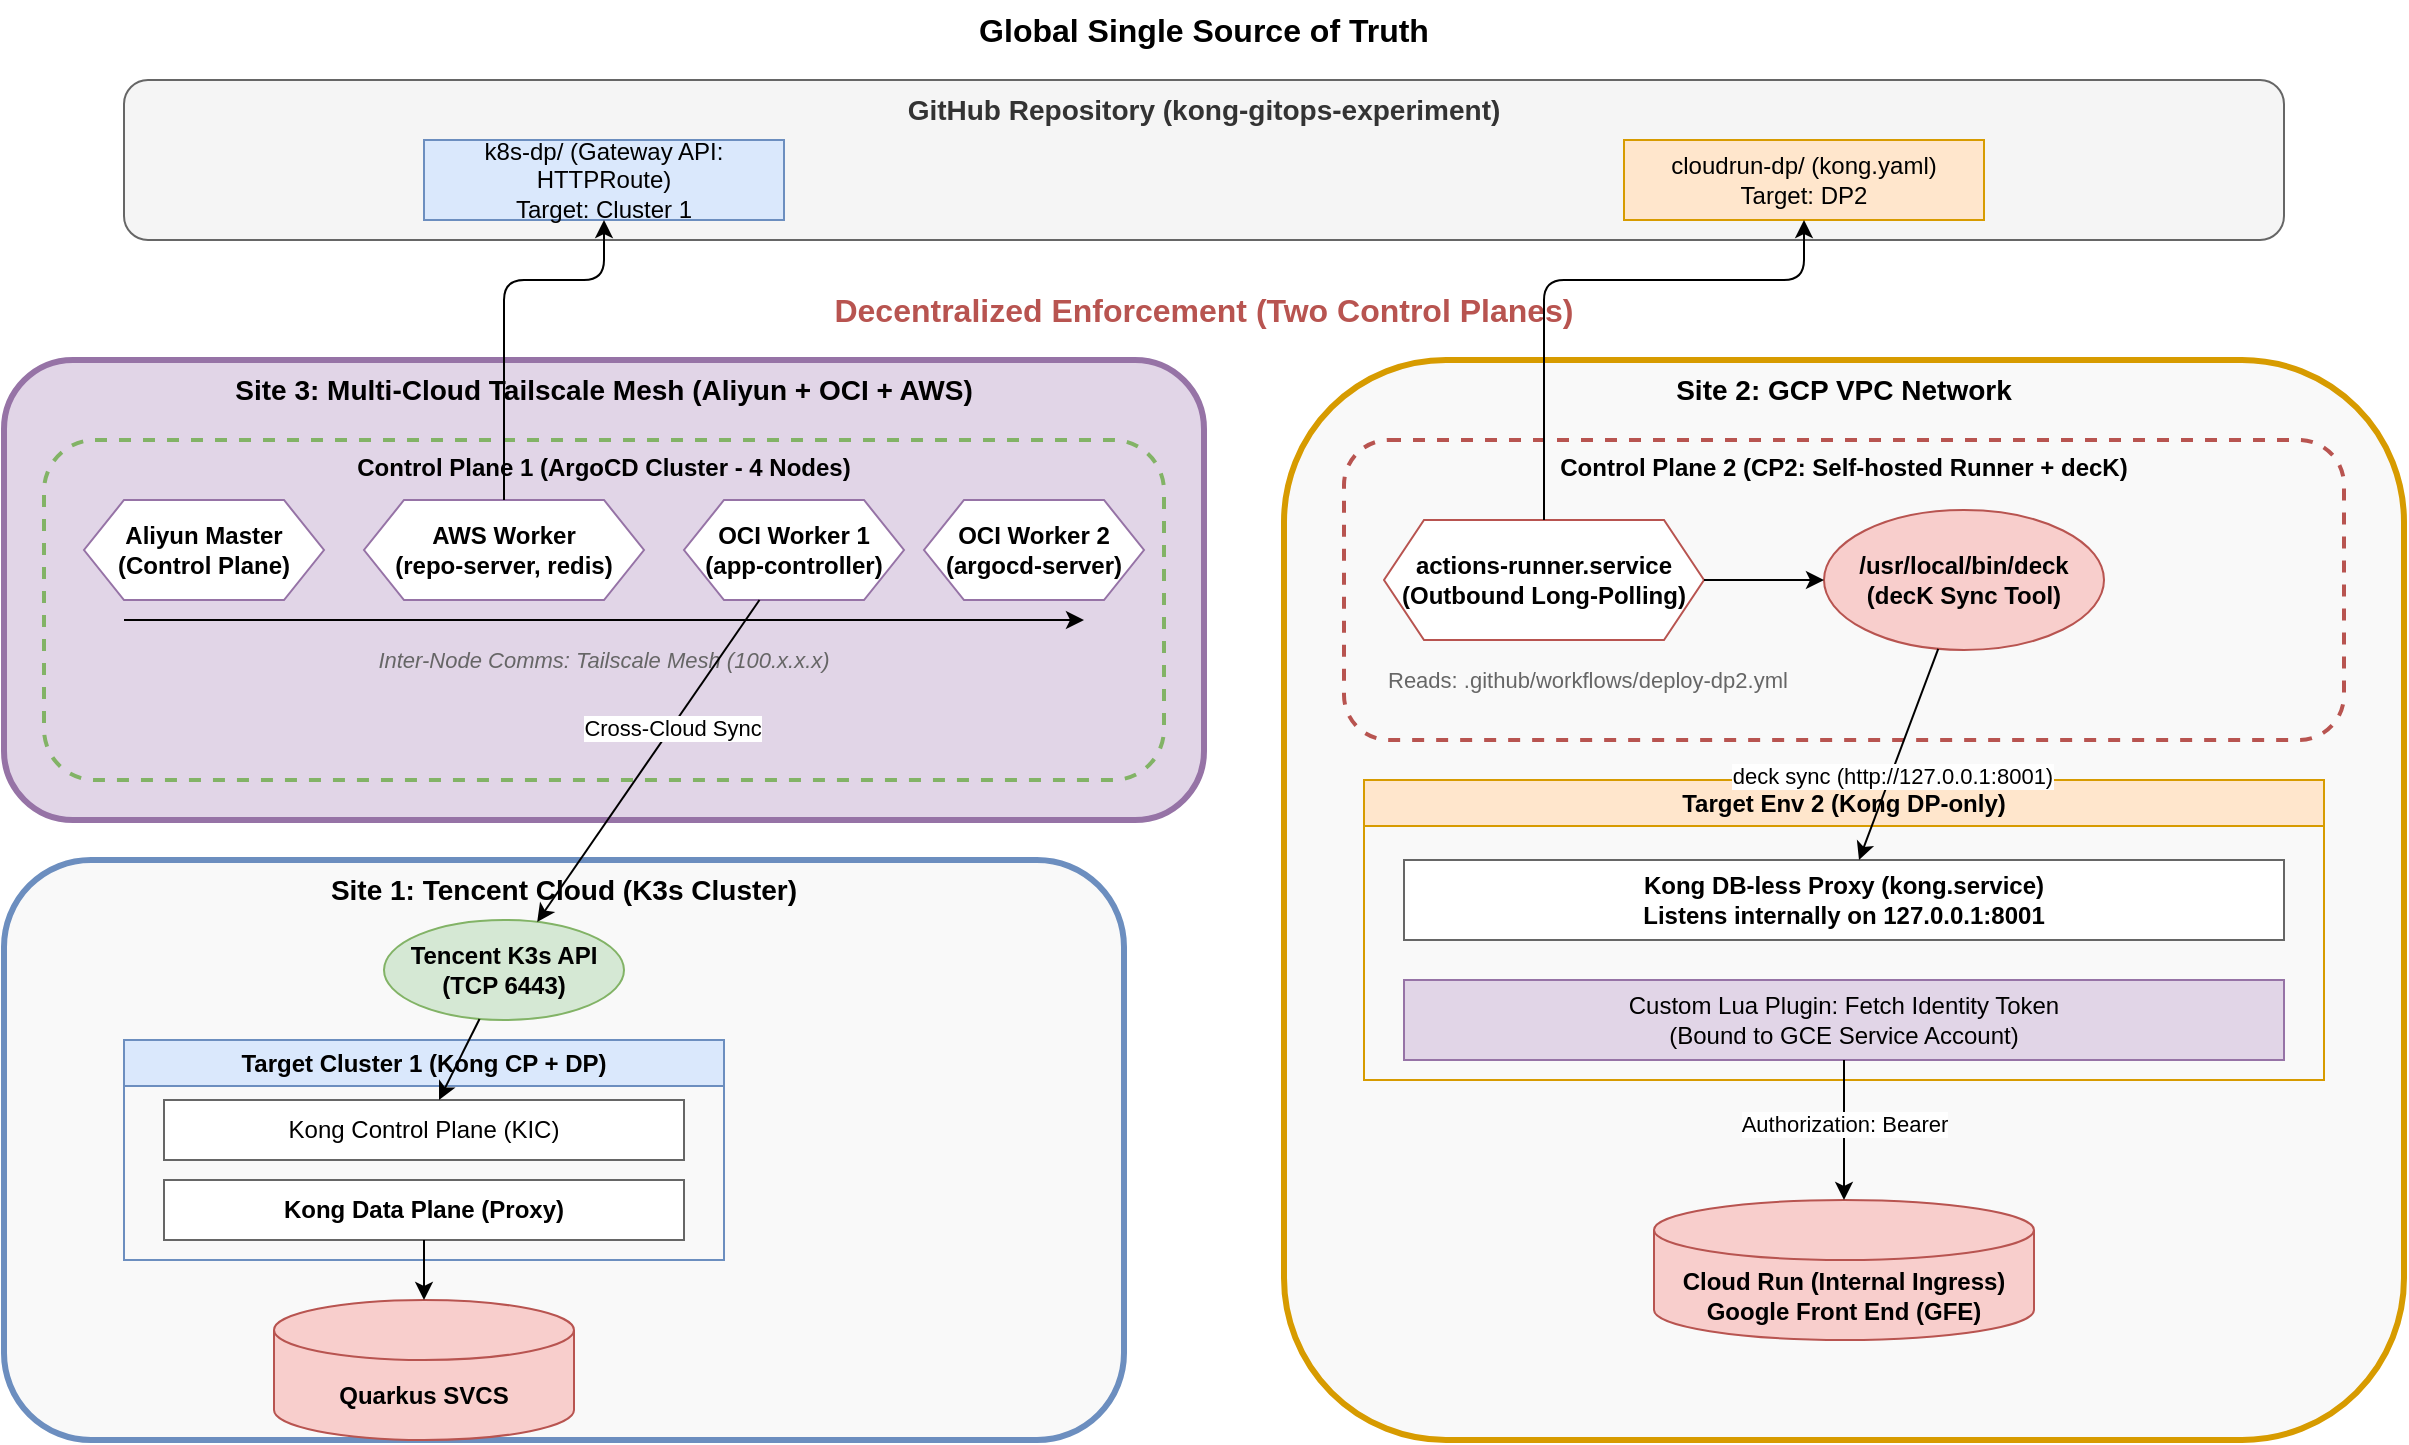
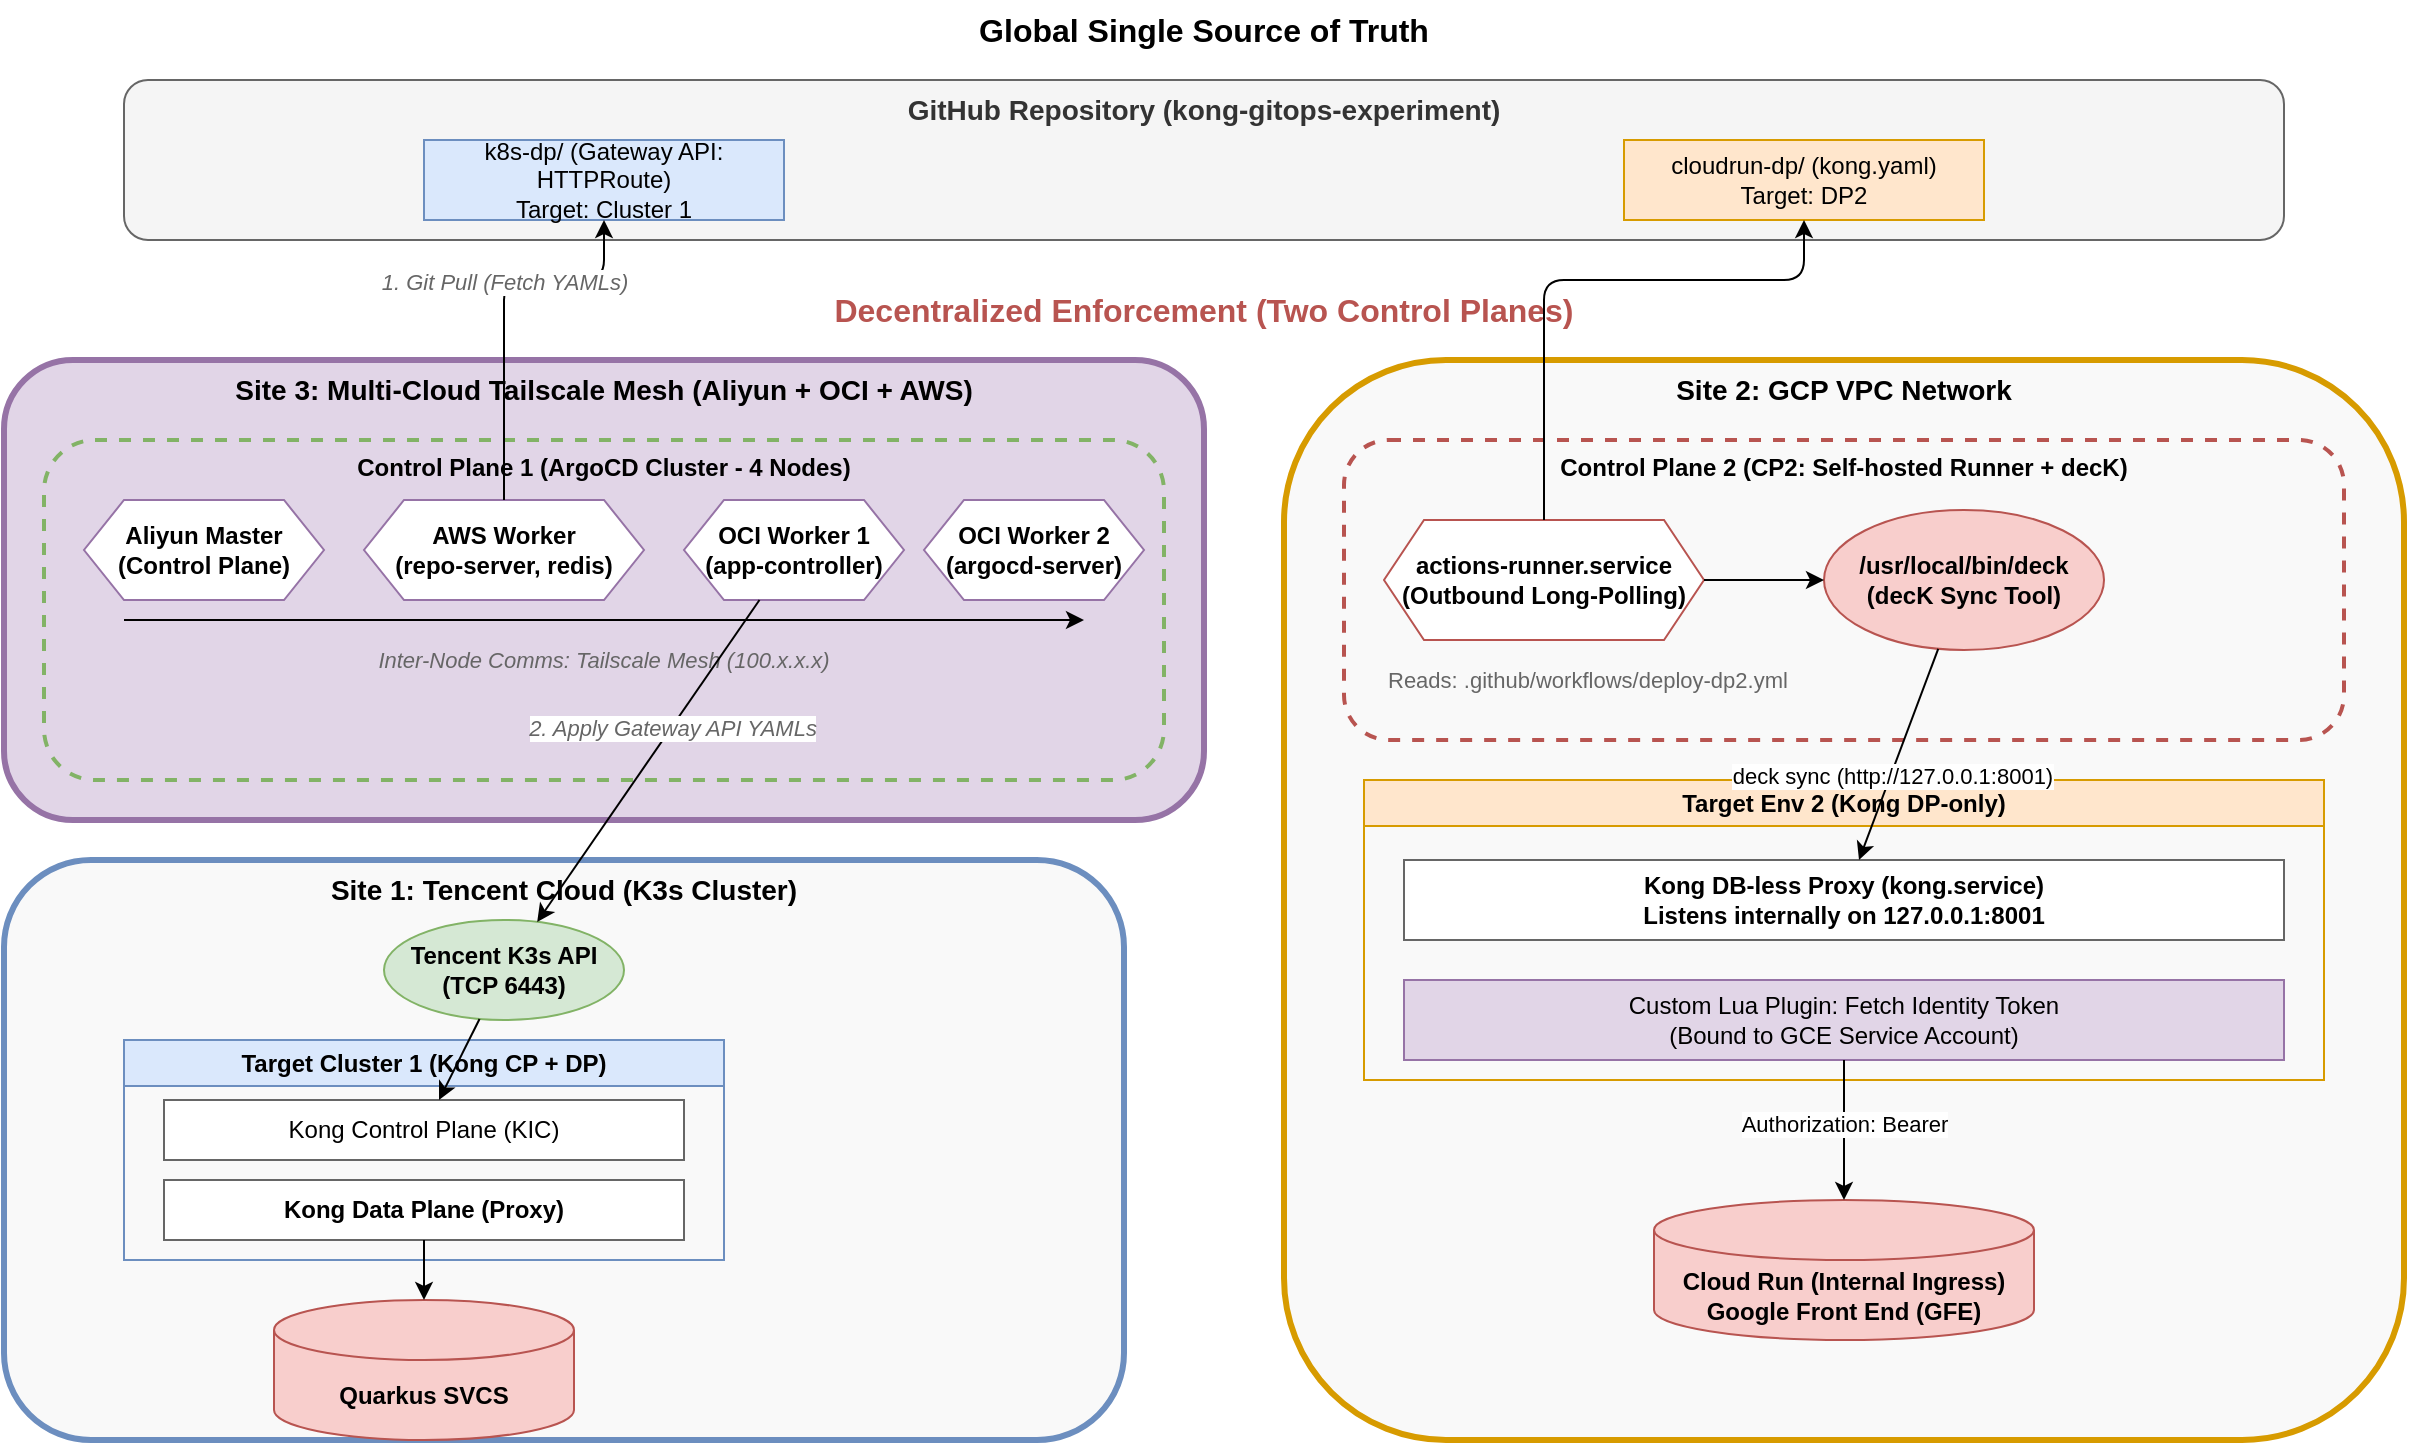
<mxfile host="Electron" modified="2026-06-06T14:45:00.000Z" agent="Mozilla/5.0" version="22.1.2" type="device">
  <diagram id="kong-gitops-cp-details" name="Architecture">
    <mxGraphModel dx="1434" dy="844" grid="1" gridSize="10" guides="1" tooltips="1" connect="1" arrows="1" fold="1" page="1" pageScale="1" pageWidth="1300" pageHeight="900" math="0" shadow="0">
      <root>
        <mxCell id="0" />
        <mxCell id="1" parent="0" />

        <!-- Global Truth -->
        <mxCell id="global_truth" value="Global Single Source of Truth" style="text;html=1;strokeColor=none;fillColor=none;align=center;verticalAlign=middle;whiteSpace=wrap;rounded=0;fontStyle=1;fontSize=16;" vertex="1" parent="1">
          <mxGeometry x="500" y="10" width="280" height="30" as="geometry" />
        </mxCell>

        <!-- GitHub Repo Box -->
        <mxCell id="github_repo" value="GitHub Repository (kong-gitops-experiment)" style="rounded=1;whiteSpace=wrap;html=1;fillColor=#f5f5f5;fontStyle=1;strokeColor=#666666;fontColor=#333333;verticalAlign=top;fontSize=14;" vertex="1" parent="1">
          <mxGeometry x="100" y="50" width="1080" height="80" as="geometry" />
        </mxCell>

        <mxCell id="github_k8s_code" value="k8s-dp/ (Gateway API: HTTPRoute)&#10;Target: Cluster 1" style="rounded=0;whiteSpace=wrap;html=1;fillColor=#dae8fc;strokeColor=#6c8ebf;" vertex="1" parent="1">
          <mxGeometry x="250" y="80" width="180" height="40" as="geometry" />
        </mxCell>

        <mxCell id="github_cr_code" value="cloudrun-dp/ (kong.yaml)&#10;Target: DP2" style="rounded=0;whiteSpace=wrap;html=1;fillColor=#ffe6cc;strokeColor=#d79b00;" vertex="1" parent="1">
          <mxGeometry x="850" y="80" width="180" height="40" as="geometry" />
        </mxCell>

        <!-- Decentralized Control Planes Header -->
        <mxCell id="decentralized_label" value="Decentralized Enforcement (Two Control Planes)" style="text;html=1;strokeColor=none;fillColor=none;align=center;verticalAlign=middle;whiteSpace=wrap;rounded=0;fontStyle=1;fontSize=16;fontColor=#b85450;" vertex="1" parent="1">
          <mxGeometry x="450" y="150" width="380" height="30" as="geometry" />
        </mxCell>

        <!-- Site 3: OCI & Aliyun & AWS -->
        <mxCell id="oci_cloud" value="Site 3: Multi-Cloud Tailscale Mesh (Aliyun + OCI + AWS)" style="rounded=1;whiteSpace=wrap;html=1;fillColor=#e1d5e7;strokeColor=#9673a6;strokeWidth=3;verticalAlign=top;fontStyle=1;fontSize=14;" vertex="1" parent="1">
          <mxGeometry x="40" y="190" width="600" height="230" as="geometry" />
        </mxCell>

        <!-- Site 1: Tencent Cloud -->
        <mxCell id="lan_cluster" value="Site 1: Tencent Cloud (K3s Cluster)" style="rounded=1;whiteSpace=wrap;html=1;fillColor=#f9f9f9;strokeColor=#6c8ebf;strokeWidth=3;verticalAlign=top;fontStyle=1;fontSize=14;" vertex="1" parent="1">
          <mxGeometry x="40" y="440" width="560" height="290" as="geometry" />
        </mxCell>

        <!-- Site 2: GCP -->
        <mxCell id="gcp_vpc" value="Site 2: GCP VPC Network" style="rounded=1;whiteSpace=wrap;html=1;fillColor=#f9f9f9;strokeColor=#d79b00;strokeWidth=3;verticalAlign=top;fontStyle=1;fontSize=14;" vertex="1" parent="1">
          <mxGeometry x="680" y="190" width="560" height="540" as="geometry" />
        </mxCell>

        <!-- CP1 Box (Cross-Cloud) -->
        <mxCell id="cp1_box" value="Control Plane 1 (ArgoCD Cluster - 4 Nodes)" style="rounded=1;whiteSpace=wrap;html=1;fillColor=none;strokeColor=#82b366;strokeWidth=2;dashed=1;verticalAlign=top;fontStyle=1;" vertex="1" parent="1">
          <mxGeometry x="60" y="230" width="560" height="170" as="geometry" />
        </mxCell>

        <mxCell id="cp1_aliyun" value="Aliyun Master&#10;(Control Plane)" style="shape=hexagon;perimeter=hexagonPerimeter2;whiteSpace=wrap;html=1;fixedSize=1;fillColor=#ffffff;strokeColor=#9673a6;fontStyle=1" vertex="1" parent="cp1_box">
          <mxGeometry x="20" y="30" width="120" height="50" as="geometry" />
        </mxCell>

        <mxCell id="cp1_aws" value="AWS Worker&#10;(repo-server, redis)" style="shape=hexagon;perimeter=hexagonPerimeter2;whiteSpace=wrap;html=1;fixedSize=1;fillColor=#ffffff;strokeColor=#9673a6;fontStyle=1" vertex="1" parent="cp1_box">
          <mxGeometry x="160" y="30" width="140" height="50" as="geometry" />
        </mxCell>

        <mxCell id="cp1_oci1" value="OCI Worker 1&#10;(app-controller)" style="shape=hexagon;perimeter=hexagonPerimeter2;whiteSpace=wrap;html=1;fixedSize=1;fillColor=#ffffff;strokeColor=#9673a6;fontStyle=1" vertex="1" parent="cp1_box">
          <mxGeometry x="320" y="30" width="110" height="50" as="geometry" />
        </mxCell>

        <mxCell id="cp1_oci2" value="OCI Worker 2&#10;(argocd-server)" style="shape=hexagon;perimeter=hexagonPerimeter2;whiteSpace=wrap;html=1;fixedSize=1;fillColor=#ffffff;strokeColor=#9673a6;fontStyle=1" vertex="1" parent="cp1_box">
          <mxGeometry x="440" y="30" width="110" height="50" as="geometry" />
        </mxCell>

        <!-- Tailscale Mesh Network inside CP1 -->
        <mxCell id="cp1_tailscale_desc" value="Inter-Node Comms: Tailscale Mesh (100.x.x.x)" style="text;html=1;strokeColor=none;fillColor=none;align=center;verticalAlign=middle;whiteSpace=wrap;rounded=0;fontStyle=2;fontSize=11;fontColor=#666666;" vertex="1" parent="cp1_box">
          <mxGeometry x="130" y="100" width="300" height="20" as="geometry" />
        </mxCell>
        <mxCell id="cp1_tailscale_line" edge="1" parent="cp1_box">
          <mxGeometry width="50" height="50" relative="1" as="geometry">
            <mxPoint x="40" y="90" as="sourcePoint" />
            <mxPoint x="520" y="90" as="targetPoint" />
          </mxGeometry>
        </mxCell>

        <!-- K8s API in Tencent -->
        <mxCell id="tencent_api" value="Tencent K3s API&#10;(TCP 6443)" style="ellipse;whiteSpace=wrap;html=1;fillColor=#d5e8d4;strokeColor=#82b366;fontStyle=1" vertex="1" parent="1">
          <mxGeometry x="230" y="470" width="120" height="50" as="geometry" />
        </mxCell>

        <!-- ArgoCD Application Controller -> Tencent API -->
        <mxCell id="argo_to_tencent" edge="1" parent="1" source="cp1_oci1" target="tencent_api">
          <mxGeometry relative="1" as="geometry" />
        </mxCell>
-         <mxCell id="label_argo_sync" value="Cross-Cloud Sync" style="edgeLabel;html=1;align=center;verticalAlign=middle;resizable=0;points=[];" vertex="1" connectable="0" parent="argo_to_tencent">
+         <mxCell id="label_argo_sync" value="2. Apply Gateway API YAMLs" style="edgeLabel;html=1;align=center;verticalAlign=middle;resizable=0;points=[];fontColor=#666666;fontStyle=2;backgroundColor=#ffffff;" vertex="1" connectable="0" parent="argo_to_tencent">
          <mxGeometry x="-0.2" relative="1" as="geometry">
            <mxPoint as="offset" />
          </mxGeometry>
        </mxCell>

        <!-- DP1 (Tencent KIC) -->
        <mxCell id="dp1_box" value="Target Cluster 1 (Kong CP + DP)" style="swimlane;whiteSpace=wrap;html=1;fillColor=#dae8fc;strokeColor=#6c8ebf;fontStyle=1" vertex="1" parent="1">
          <mxGeometry x="100" y="530" width="300" height="110" as="geometry" />
        </mxCell>
        <mxCell id="kic1" value="Kong Control Plane (KIC)" style="rounded=0;whiteSpace=wrap;html=1;fillColor=#ffffff;strokeColor=#666666;" vertex="1" parent="dp1_box">
          <mxGeometry x="20" y="30" width="260" height="30" as="geometry" />
        </mxCell>
        <mxCell id="proxy1" value="Kong Data Plane (Proxy)" style="rounded=0;whiteSpace=wrap;html=1;fillColor=#ffffff;strokeColor=#666666;fontStyle=1" vertex="1" parent="dp1_box">
          <mxGeometry x="20" y="70" width="260" height="30" as="geometry" />
        </mxCell>

        <mxCell id="tencent_api_to_kic" edge="1" parent="1" source="tencent_api" target="kic1">
          <mxGeometry relative="1" as="geometry" />
        </mxCell>

        <!-- CP2 Box -->
        <mxCell id="cp2_box" value="Control Plane 2 (CP2: Self-hosted Runner + decK)" style="rounded=1;whiteSpace=wrap;html=1;fillColor=none;strokeColor=#b85450;strokeWidth=2;dashed=1;verticalAlign=top;fontStyle=1;" vertex="1" parent="1">
          <mxGeometry x="710" y="230" width="500" height="150" as="geometry" />
        </mxCell>
        <mxCell id="gh_actions_runner" value="actions-runner.service&#10;(Outbound Long-Polling)" style="shape=hexagon;perimeter=hexagonPerimeter2;whiteSpace=wrap;html=1;fixedSize=1;fillColor=#ffffff;strokeColor=#b85450;fontStyle=1" vertex="1" parent="cp2_box">
          <mxGeometry x="20" y="40" width="160" height="60" as="geometry" />
        </mxCell>
        <mxCell id="deck_tool" value="/usr/local/bin/deck&#10;(decK Sync Tool)" style="ellipse;whiteSpace=wrap;html=1;fillColor=#f8cecc;strokeColor=#b85450;fontStyle=1" vertex="1" parent="cp2_box">
          <mxGeometry x="240" y="35" width="140" height="70" as="geometry" />
        </mxCell>
        <mxCell id="run2deck" edge="1" parent="cp2_box" source="gh_actions_runner" target="deck_tool">
          <mxGeometry relative="1" as="geometry" />
        </mxCell>
        <mxCell id="cp2_desc" value="Reads: .github/workflows/deploy-dp2.yml" style="text;html=1;strokeColor=none;fillColor=none;align=left;verticalAlign=middle;whiteSpace=wrap;rounded=0;fontSize=11;fontColor=#666666;" vertex="1" parent="cp2_box">
          <mxGeometry x="20" y="110" width="250" height="20" as="geometry" />
        </mxCell>

        <!-- DP2 (GCP VM) -->
        <mxCell id="dp2_box" value="Target Env 2 (Kong DP-only)" style="swimlane;whiteSpace=wrap;html=1;fillColor=#ffe6cc;strokeColor=#d79b00;fontStyle=1" vertex="1" parent="1">
          <mxGeometry x="720" y="400" width="480" height="150" as="geometry" />
        </mxCell>
        <mxCell id="vm_kong" value="Kong DB-less Proxy (kong.service)&#10;Listens internally on 127.0.0.1:8001" style="rounded=0;whiteSpace=wrap;html=1;fillColor=#ffffff;strokeColor=#666666;fontStyle=1" vertex="1" parent="dp2_box">
          <mxGeometry x="20" y="40" width="440" height="40" as="geometry" />
        </mxCell>
        <mxCell id="custom_plugin" value="Custom Lua Plugin: Fetch Identity Token&#10;(Bound to GCE Service Account)" style="rounded=0;whiteSpace=wrap;html=1;fillColor=#e1d5e7;strokeColor=#9673a6;fontStyle=0" vertex="1" parent="dp2_box">
          <mxGeometry x="20" y="100" width="440" height="40" as="geometry" />
        </mxCell>

        <!-- Upstreams -->
        <mxCell id="k8s_svc" value="Quarkus SVCS" style="shape=cylinder3;whiteSpace=wrap;html=1;boundedLbl=1;backgroundOutline=1;size=15;fillColor=#f8cecc;strokeColor=#b85450;fontStyle=1" vertex="1" parent="1">
          <mxGeometry x="175" y="660" width="150" height="70" as="geometry" />
        </mxCell>
        <mxCell id="cr_svc" value="Cloud Run (Internal Ingress)&#10;Google Front End (GFE)" style="shape=cylinder3;whiteSpace=wrap;html=1;boundedLbl=1;backgroundOutline=1;size=15;fillColor=#f8cecc;strokeColor=#b85450;fontStyle=1" vertex="1" parent="1">
          <mxGeometry x="865" y="610" width="190" height="70" as="geometry" />
        </mxCell>

        <!-- Connections -->
        <!-- Pulls -->
        <mxCell id="pull1" edge="1" parent="1" source="cp1_aws" target="github_k8s_code">
          <mxGeometry relative="1" as="geometry">
            <Array as="points">
              <mxPoint x="290" y="150" />
              <mxPoint x="340" y="150" />
            </Array>
          </mxGeometry>
        </mxCell>
+         <mxCell id="label_pull1" value="1. Git Pull (Fetch YAMLs)" style="edgeLabel;html=1;align=center;verticalAlign=middle;resizable=0;points=[];fontColor=#666666;fontStyle=2;backgroundColor=#ffffff;" vertex="1" connectable="0" parent="pull1">
+           <mxGeometry x="0.15" relative="1" as="geometry">
+             <mxPoint as="offset" />
+           </mxGeometry>
+         </mxCell>
        <mxCell id="pull2" edge="1" parent="1" source="gh_actions_runner" target="github_cr_code">
          <mxGeometry relative="1" as="geometry">
            <Array as="points">
              <mxPoint x="810" y="150" />
              <mxPoint x="940" y="150" />
            </Array>
          </mxGeometry>
        </mxCell>

        <!-- decK to VM Admin API -->
        <mxCell id="deck_to_vm" edge="1" parent="1" source="deck_tool" target="vm_kong">
          <mxGeometry relative="1" as="geometry" />
        </mxCell>
        <mxCell id="label_deck" value="deck sync (http://127.0.0.1:8001)" style="edgeLabel;html=1;align=center;verticalAlign=middle;resizable=0;points=[];" vertex="1" connectable="0" parent="deck_to_vm">
          <mxGeometry x="0.2" relative="1" as="geometry">
            <mxPoint as="offset" />
          </mxGeometry>
        </mxCell>

        <!-- Routing -->
        <mxCell id="rt1" edge="1" parent="1" source="proxy1" target="k8s_svc">
          <mxGeometry relative="1" as="geometry" />
        </mxCell>
        <mxCell id="rt2" edge="1" parent="1" source="custom_plugin" target="cr_svc">
          <mxGeometry relative="1" as="geometry" />
        </mxCell>
        <mxCell id="label_auth" value="Authorization: Bearer &lt;ID_TOKEN&gt;" style="edgeLabel;html=1;align=center;verticalAlign=middle;resizable=0;points=[];" vertex="1" connectable="0" parent="rt2">
          <mxGeometry x="-0.1" relative="1" as="geometry">
            <mxPoint as="offset" />
          </mxGeometry>
        </mxCell>

      </root>
    </mxGraphModel>
  </diagram>
</mxfile>
